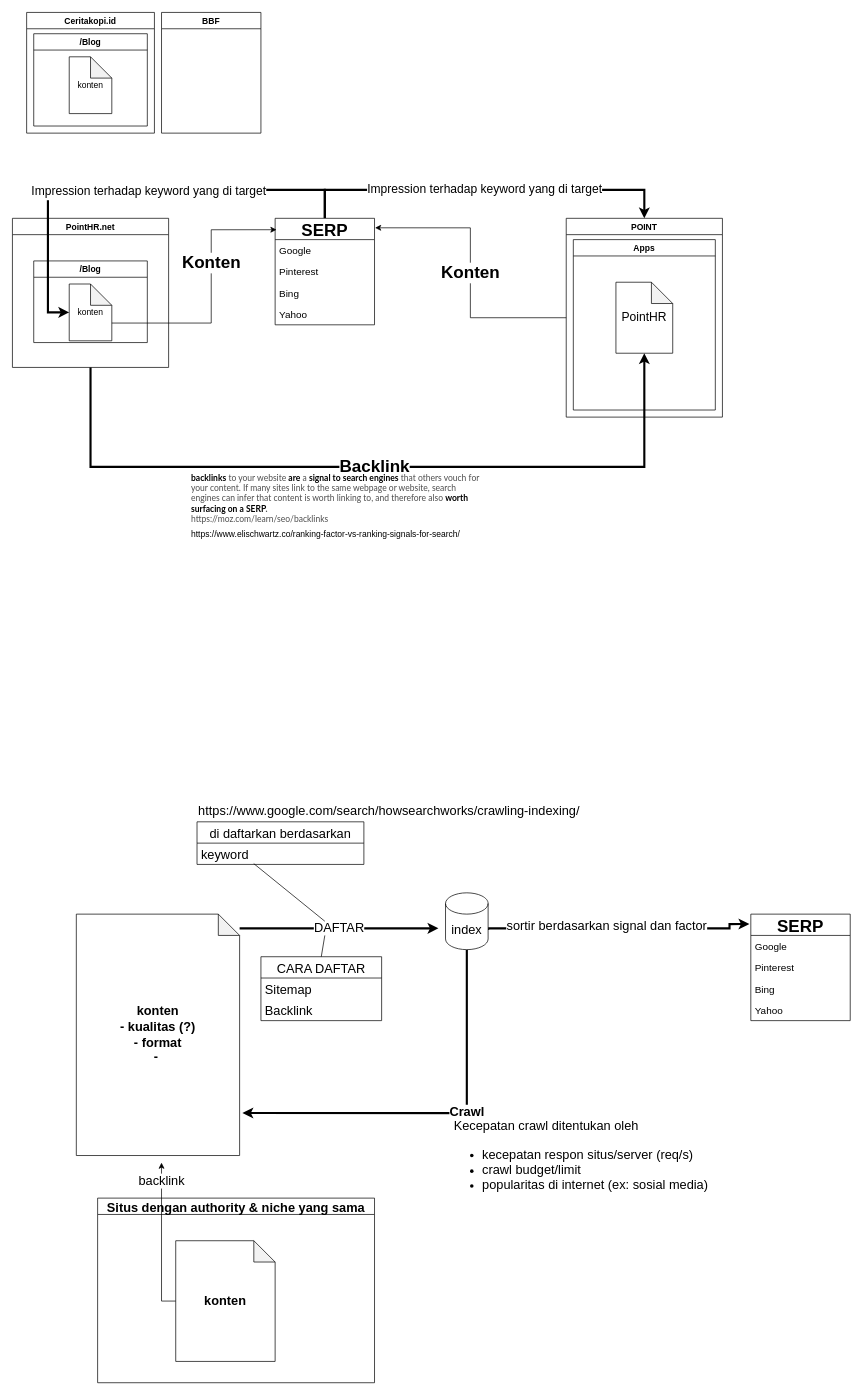
Before: Untitled Diagram.drawio in rizkiaprita/diagram, a draw.io diagram. Source tidied: cells renumbered, new cells numbered last; positions are measured from the earlier drawing's top-left corner, leaving out a move shared by most shapes. Both pictures are drawn from the tidied source at 71%, with x=0, y=0 at pixel (12, 12).
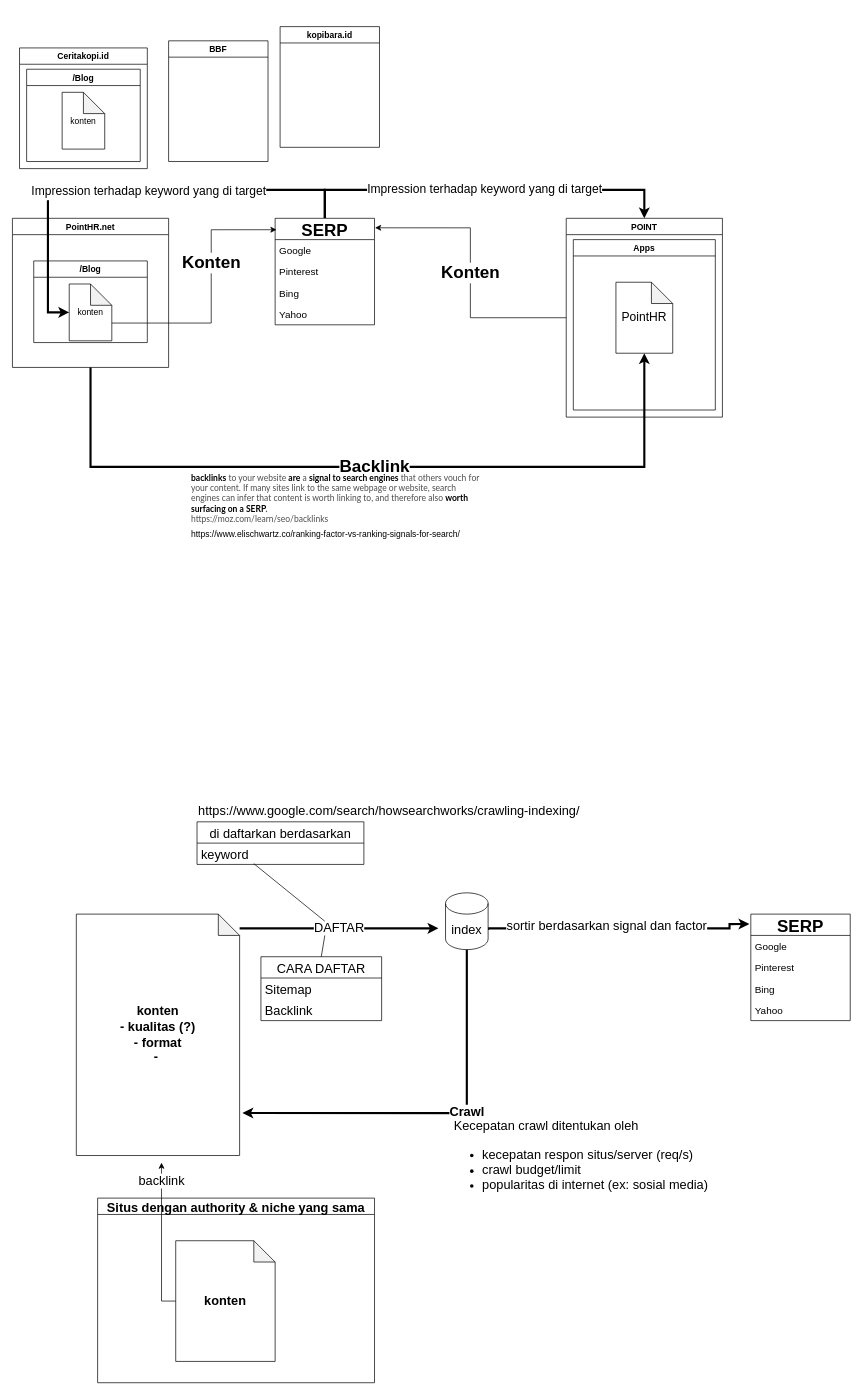
Above is the later version.

Diff of the diagram source:
```diff
@@
     <mxCell id="20" value="Ceritakopi.id" style="swimlane;" parent="1" vertex="1">
-      <mxGeometry x="20" width="180" height="170" as="geometry" />
+      <mxGeometry x="10" y="50" width="180" height="170" as="geometry" />
     </mxCell>
@@
     <mxCell id="23" value="BBF" style="swimlane;" parent="1" vertex="1">
-      <mxGeometry x="210" width="140" height="170" as="geometry" />
+      <mxGeometry x="220" y="40" width="140" height="170" as="geometry" />
     </mxCell>
@@
+    <mxCell id="46" value="kopibara.id" style="swimlane;" parent="1" vertex="1">
+      <mxGeometry x="377" y="20" width="140" height="170" as="geometry" />
+    </mxCell>
```
